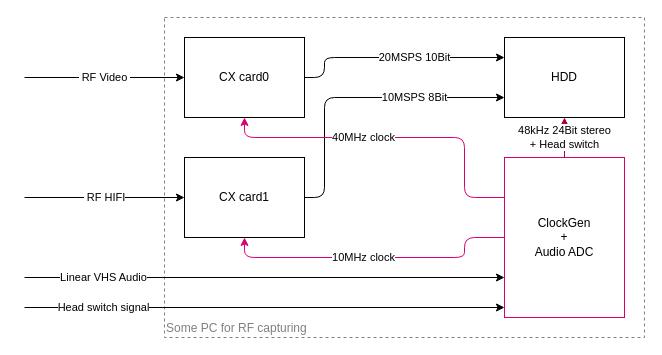
This is overview.drawio from rianhunter/blah, a draw.io file, before an edit. Source tidied: cells renumbered, new cells numbered last; positions are measured from the earlier drawing's top-left corner, leaving out a move shared by most shapes. Both pictures are drawn from the tidied source at 100%, with x=0, y=0 at pixel (24, 17).
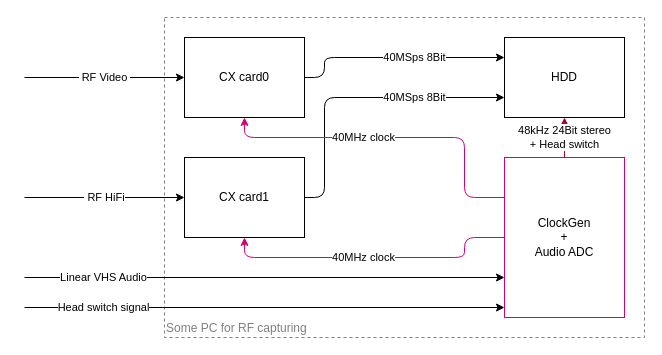
Above is the later version.

Commit message (it also covers changes not shown here):
Resolve "Fix overview diagram to show 40MSps 8Bit on both HiFi and Video RF to be aligned with capture script"

The change refers to these unchanged cells:
```xml
<mxCell id="4" value="CX card0" style="rounded=0;whiteSpace=wrap;html=1;" parent="3" vertex="1">
  <mxGeometry x="160" y="20" width="120" height="80" as="geometry" />
</mxCell>
<mxCell id="5" value="CX card1" style="rounded=0;whiteSpace=wrap;html=1;" parent="3" vertex="1">
  <mxGeometry x="160" y="140" width="120" height="80" as="geometry" />
</mxCell>
<mxCell id="9" value="HDD" style="rounded=0;whiteSpace=wrap;html=1;" parent="3" vertex="1">
  <mxGeometry x="480" y="20" width="120" height="80" as="geometry" />
</mxCell>
<mxCell id="11" value="ClockGen&lt;br&gt;+&lt;br&gt;Audio ADC" style="rounded=0;whiteSpace=wrap;html=1;strokeColor=#D80073;" parent="3" vertex="1">
  <mxGeometry x="480" y="140" width="120" height="160" as="geometry" />
</mxCell>
```

What changed in the source:
```diff
@@
-    <mxCell id="7" value="&amp;nbsp;RF HIFI" style="endArrow=classic;html=1;rounded=0;entryX=0;entryY=0.5;entryDx=0;entryDy=0;" parent="3" edge="1" target="5">
+    <mxCell id="7" value="&amp;nbsp;RF HiFi" style="endArrow=classic;html=1;rounded=0;entryX=0;entryY=0.5;entryDx=0;entryDy=0;" parent="3" edge="1" target="5">
       <mxGeometry relative="1" as="geometry">
         <mxPoint y="180" as="sourcePoint" />
       </mxGeometry>
     </mxCell>
-    <mxCell id="8" value="20MSPS 10Bit" style="endArrow=classic;html=1;rounded=1;exitX=1;exitY=0.5;exitDx=0;exitDy=0;entryX=0;entryY=0.25;entryDx=0;entryDy=0;" parent="3" edge="1" source="4" target="9">
+    <mxCell id="8" value="40MSps 8Bit" style="endArrow=classic;html=1;rounded=1;exitX=1;exitY=0.5;exitDx=0;exitDy=0;entryX=0;entryY=0.25;entryDx=0;entryDy=0;" parent="3" edge="1" source="4" target="9">
       <mxGeometry x="0.18" relative="1" as="geometry">
         <Array as="points">
           <mxPoint x="300" y="60" />
           <mxPoint x="300" y="40" />
         </Array>
       </mxGeometry>
     </mxCell>
@@
-    <mxCell id="10" value="10MSPS 8Bit" style="endArrow=classic;html=1;rounded=1;exitX=1;exitY=0.5;exitDx=0;exitDy=0;entryX=0;entryY=0.75;entryDx=0;entryDy=0;" parent="3" edge="1" source="5" target="9">
+    <mxCell id="10" value="40MSps 8Bit" style="endArrow=classic;html=1;rounded=1;exitX=1;exitY=0.5;exitDx=0;exitDy=0;entryX=0;entryY=0.75;entryDx=0;entryDy=0;" parent="3" edge="1" source="5" target="9">
       <mxGeometry x="0.4" relative="1" as="geometry">
         <Array as="points">
           <mxPoint x="300" y="180" />
           <mxPoint x="300" y="80" />
         </Array>
       </mxGeometry>
     </mxCell>
@@
-    <mxCell id="14" value="10MHz clock" style="endArrow=classic;html=1;rounded=1;entryX=0.5;entryY=1;entryDx=0;entryDy=0;exitX=0;exitY=0.5;exitDx=0;exitDy=0;fillColor=#d80073;strokeColor=#D80073;" parent="3" edge="1" source="11" target="5">
+    <mxCell id="14" value="40MHz clock" style="endArrow=classic;html=1;rounded=1;entryX=0.5;entryY=1;entryDx=0;entryDy=0;exitX=0;exitY=0.5;exitDx=0;exitDy=0;fillColor=#d80073;strokeColor=#D80073;" parent="3" edge="1" source="11" target="5">
       <mxGeometry x="0.07" relative="1" as="geometry">
         <Array as="points">
           <mxPoint x="440" y="220" />
           <mxPoint x="440" y="240" />
           <mxPoint x="220" y="240" />
         </Array>
       </mxGeometry>
     </mxCell>
```
